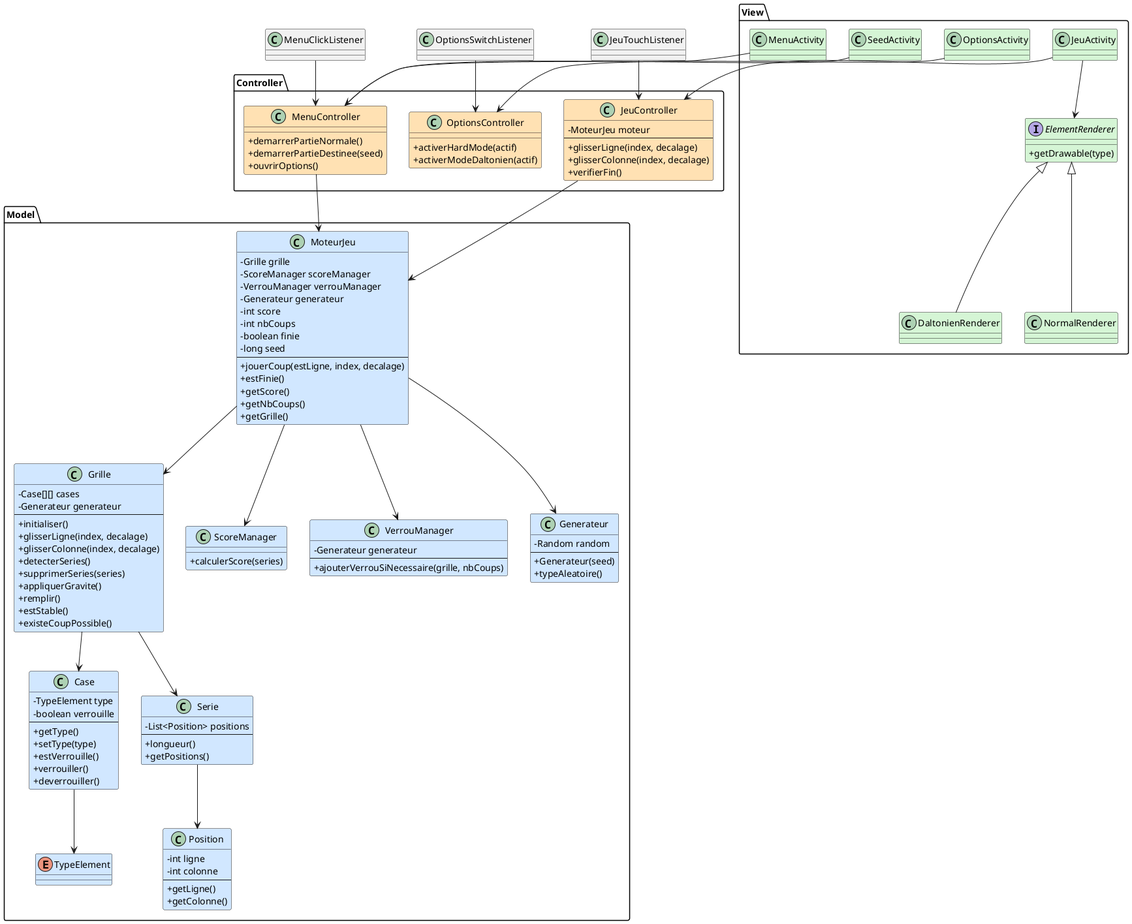
Before: organisation/diagrame/Diagrame_Generale_Provisoir.png, a diagram exported from PlantUML (anhdire/SAE41_2025). The source it was exported from:
```plantuml
@startuml Diagrame_Generale_Provisoir
skinparam classAttributeIconSize 0

!define MODEL_COLOR #D0E6FF
!define VIEW_COLOR #D5F5D5
!define CONTROLLER_COLOR #FFE0B3
!define LISTENER_COLOR #DDDDDD


package "Model" {

class MoteurJeu MODEL_COLOR {
  - Grille grille
  - ScoreManager scoreManager
  - VerrouManager verrouManager
  - Generateur generateur
  - int score
  - int nbCoups
  - boolean finie
  - long seed
  --
  + jouerCoup(estLigne, index, decalage)
  + estFinie()
  + getScore()
  + getNbCoups()
  + getGrille()
}

class Grille MODEL_COLOR {
  - Case[][] cases
  - Generateur generateur
  --
  + initialiser()
  + glisserLigne(index, decalage)
  + glisserColonne(index, decalage)
  + detecterSeries()
  + supprimerSeries(series)
  + appliquerGravite()
  + remplir()
  + estStable()
  + existeCoupPossible()
}

class Case MODEL_COLOR {
  - TypeElement type
  - boolean verrouille
  --
  + getType()
  + setType(type)
  + estVerrouille()
  + verrouiller()
  + deverrouiller()
}

class Serie MODEL_COLOR {
  - List<Position> positions
  --
  + longueur()
  + getPositions()
}

class Position MODEL_COLOR {
  - int ligne
  - int colonne
  --
  + getLigne()
  + getColonne()
}

class ScoreManager MODEL_COLOR {
  + calculerScore(series)
}

class VerrouManager MODEL_COLOR {
  - Generateur generateur
  --
  + ajouterVerrouSiNecessaire(grille, nbCoups)
}

class Generateur MODEL_COLOR {
  - Random random
  --
  + Generateur(seed)
  + typeAleatoire()
}

enum TypeElement MODEL_COLOR

}


package "View" {

class MenuActivity VIEW_COLOR
class JeuActivity VIEW_COLOR
class OptionsActivity VIEW_COLOR
class SeedActivity VIEW_COLOR

interface ElementRenderer VIEW_COLOR {
  + getDrawable(type)
}

class NormalRenderer VIEW_COLOR
class DaltonienRenderer VIEW_COLOR

}


package "Controller" {

class MenuController CONTROLLER_COLOR {
  + demarrerPartieNormale()
  + demarrerPartieDestinee(seed)
  + ouvrirOptions()
}

class JeuController CONTROLLER_COLOR {
  - MoteurJeu moteur
  --
  + glisserLigne(index, decalage)
  + glisserColonne(index, decalage)
  + verifierFin()
}

class OptionsController CONTROLLER_COLOR {
  + activerHardMode(actif)
  + activerModeDaltonien(actif)
}

}



MoteurJeu --> Grille
MoteurJeu --> ScoreManager
MoteurJeu --> VerrouManager
MoteurJeu --> Generateur

Grille --> Case
Grille --> Serie
Serie --> Position
Case --> TypeElement

JeuController --> MoteurJeu
MenuController --> MoteurJeu

JeuActivity --> JeuController
MenuActivity --> MenuController
OptionsActivity --> OptionsController
SeedActivity --> MenuController

JeuActivity --> ElementRenderer
ElementRenderer <|-- NormalRenderer
ElementRenderer <|-- DaltonienRenderer

MenuClickListener --> MenuController
JeuTouchListener --> JeuController
OptionsSwitchListener --> OptionsController

@enduml
```
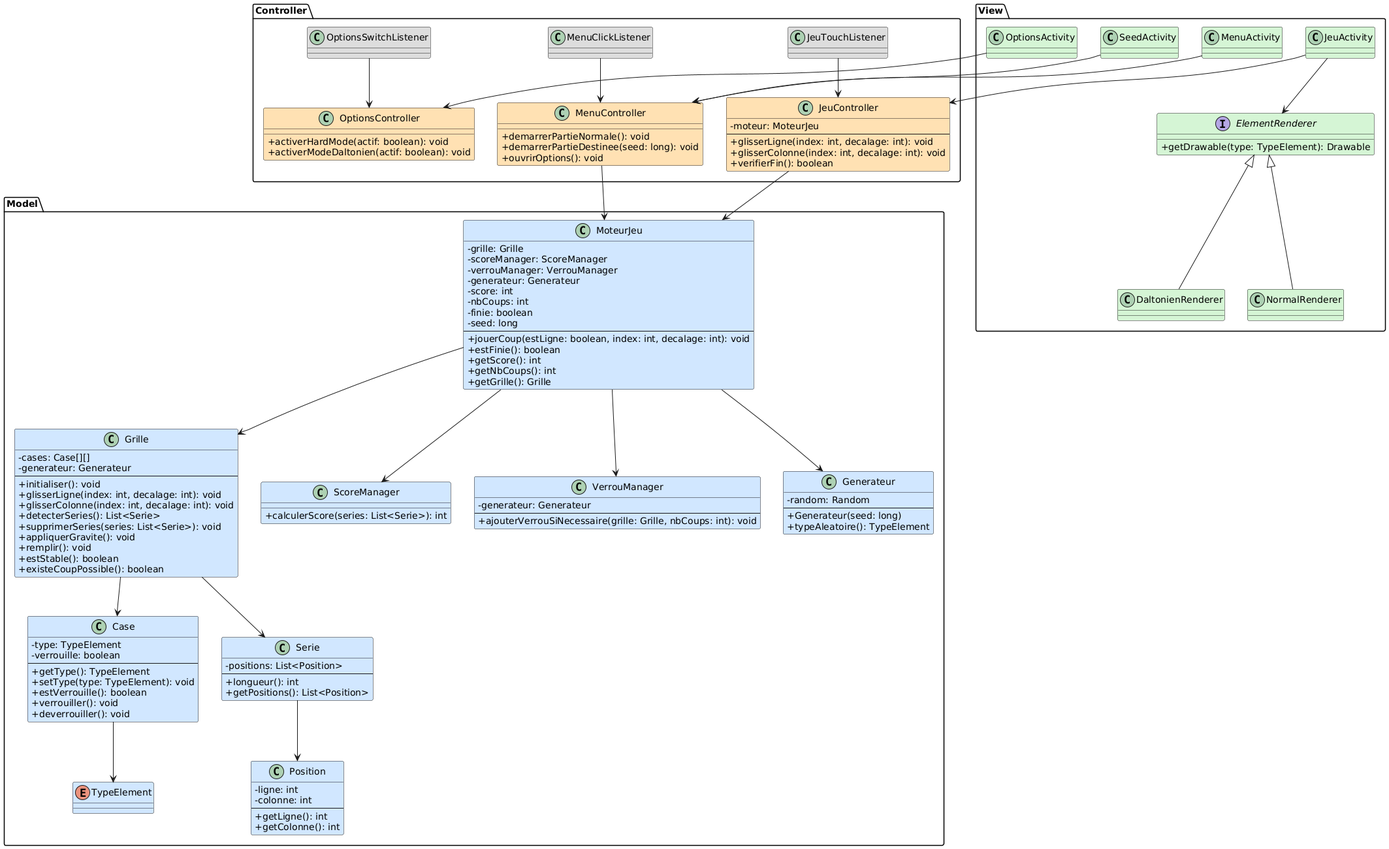
The same file after the commit.

Diff of the diagram source:
```diff
@@ -1,4 +1,4 @@
-@startuml Diagrame_Generale_Provisoir
+@startuml
 skinparam classAttributeIconSize 0
 
 !define MODEL_COLOR #D0E6FF
@@ -10,78 +10,78 @@
 package "Model" {
 
 class MoteurJeu MODEL_COLOR {
-  - Grille grille
-  - ScoreManager scoreManager
-  - VerrouManager verrouManager
-  - Generateur generateur
-  - int score
-  - int nbCoups
-  - boolean finie
-  - long seed
+  - grille: Grille
+  - scoreManager: ScoreManager
+  - verrouManager: VerrouManager
+  - generateur: Generateur
+  - score: int
+  - nbCoups: int
+  - finie: boolean
+  - seed: long
   --
-  + jouerCoup(estLigne, index, decalage)
-  + estFinie()
-  + getScore()
-  + getNbCoups()
-  + getGrille()
+  + jouerCoup(estLigne: boolean, index: int, decalage: int): void
+  + estFinie(): boolean
+  + getScore(): int
+  + getNbCoups(): int
+  + getGrille(): Grille
 }
 
 class Grille MODEL_COLOR {
-  - Case[][] cases
-  - Generateur generateur
+  - cases: Case[][]
+  - generateur: Generateur
   --
-  + initialiser()
-  + glisserLigne(index, decalage)
-  + glisserColonne(index, decalage)
-  + detecterSeries()
-  + supprimerSeries(series)
-  + appliquerGravite()
-  + remplir()
-  + estStable()
-  + existeCoupPossible()
+  + initialiser(): void
+  + glisserLigne(index: int, decalage: int): void
+  + glisserColonne(index: int, decalage: int): void
+  + detecterSeries(): List<Serie>
+  + supprimerSeries(series: List<Serie>): void
+  + appliquerGravite(): void
+  + remplir(): void
+  + estStable(): boolean
+  + existeCoupPossible(): boolean
 }
 
 class Case MODEL_COLOR {
-  - TypeElement type
-  - boolean verrouille
+  - type: TypeElement
+  - verrouille: boolean
   --
-  + getType()
-  + setType(type)
-  + estVerrouille()
-  + verrouiller()
-  + deverrouiller()
+  + getType(): TypeElement
+  + setType(type: TypeElement): void
+  + estVerrouille(): boolean
+  + verrouiller(): void
+  + deverrouiller(): void
 }
 
 class Serie MODEL_COLOR {
-  - List<Position> positions
+  - positions: List<Position>
   --
-  + longueur()
-  + getPositions()
+  + longueur(): int
+  + getPositions(): List<Position>
 }
 
 class Position MODEL_COLOR {
-  - int ligne
-  - int colonne
+  - ligne: int
+  - colonne: int
   --
-  + getLigne()
-  + getColonne()
+  + getLigne(): int
+  + getColonne(): int
 }
 
 class ScoreManager MODEL_COLOR {
-  + calculerScore(series)
+  + calculerScore(series: List<Serie>): int
 }
 
 class VerrouManager MODEL_COLOR {
-  - Generateur generateur
+  - generateur: Generateur
   --
-  + ajouterVerrouSiNecessaire(grille, nbCoups)
+  + ajouterVerrouSiNecessaire(grille: Grille, nbCoups: int): void
 }
 
 class Generateur MODEL_COLOR {
-  - Random random
+  - random: Random
   --
-  + Generateur(seed)
-  + typeAleatoire()
+  + Generateur(seed: long)
+  + typeAleatoire(): TypeElement
 }
 
 enum TypeElement MODEL_COLOR
@@ -97,7 +97,7 @@
 class SeedActivity VIEW_COLOR
 
 interface ElementRenderer VIEW_COLOR {
-  + getDrawable(type)
+  + getDrawable(type: TypeElement): Drawable
 }
 
 class NormalRenderer VIEW_COLOR
@@ -109,26 +109,29 @@
 package "Controller" {
 
 class MenuController CONTROLLER_COLOR {
-  + demarrerPartieNormale()
-  + demarrerPartieDestinee(seed)
-  + ouvrirOptions()
+  + demarrerPartieNormale(): void
+  + demarrerPartieDestinee(seed: long): void
+  + ouvrirOptions(): void
 }
 
 class JeuController CONTROLLER_COLOR {
-  - MoteurJeu moteur
+  - moteur: MoteurJeu
   --
-  + glisserLigne(index, decalage)
-  + glisserColonne(index, decalage)
-  + verifierFin()
+  + glisserLigne(index: int, decalage: int): void
+  + glisserColonne(index: int, decalage: int): void
+  + verifierFin(): boolean
 }
 
 class OptionsController CONTROLLER_COLOR {
-  + activerHardMode(actif)
-  + activerModeDaltonien(actif)
+  + activerHardMode(actif: boolean): void
+  + activerModeDaltonien(actif: boolean): void
 }
 
+class MenuClickListener LISTENER_COLOR
+class JeuTouchListener LISTENER_COLOR
+class OptionsSwitchListener LISTENER_COLOR
+
 }
-
 
 
 MoteurJeu --> Grille
@@ -156,5 +159,4 @@
 MenuClickListener --> MenuController
 JeuTouchListener --> JeuController
 OptionsSwitchListener --> OptionsController
-
 @enduml
```
